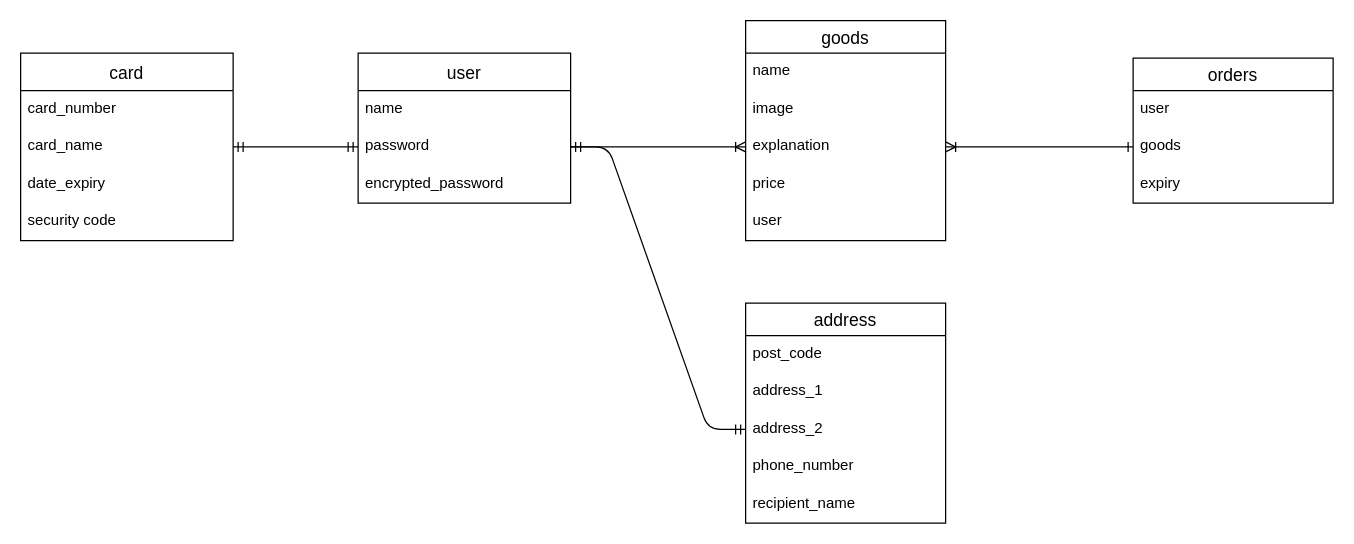
Before: furima_er.dio in MyShip/furima-40937, a draw.io diagram. Source tidied: cells renumbered, new cells numbered last; positions are measured from the earlier drawing's top-left corner, leaving out a move shared by most shapes. Both pictures are drawn from the tidied source at 125%, with x=0, y=0 at pixel (20, 20).
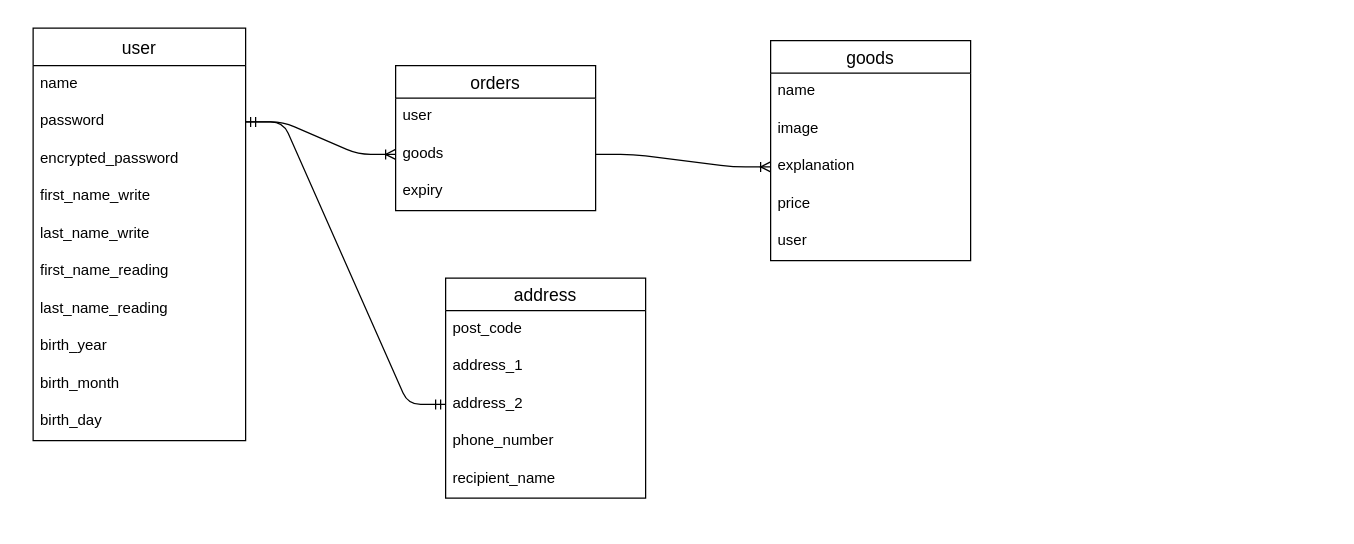
The same diagram, later.

The change refers to these unchanged cells:
```xml
<mxCell id="4" value="password" style="text;strokeColor=none;fillColor=none;spacingLeft=4;spacingRight=4;overflow=hidden;points=[[0,0.5],[1,0.5]];portConstraint=eastwest;fontSize=12;rotation=0;" parent="2" vertex="1">
  <mxGeometry y="60" width="170" height="30" as="geometry" />
</mxCell>
<mxCell id="9" value="explanation  " style="text;strokeColor=none;fillColor=none;spacingLeft=4;spacingRight=4;overflow=hidden;points=[[0,0.5],[1,0.5]];portConstraint=eastwest;fontSize=12;" parent="6" vertex="1">
  <mxGeometry y="86" width="160" height="30" as="geometry" />
</mxCell>
<mxCell id="14" value="goods" style="text;strokeColor=none;fillColor=none;spacingLeft=4;spacingRight=4;overflow=hidden;points=[[0,0.5],[1,0.5]];portConstraint=eastwest;fontSize=12;" parent="12" vertex="1">
  <mxGeometry y="56" width="160" height="30" as="geometry" />
</mxCell>
<mxCell id="19" value="address_2 " style="text;strokeColor=none;fillColor=none;spacingLeft=4;spacingRight=4;overflow=hidden;points=[[0,0.5],[1,0.5]];portConstraint=eastwest;fontSize=12;" parent="16" vertex="1">
  <mxGeometry y="86" width="160" height="30" as="geometry" />
</mxCell>
```

What changed in the source:
```diff
@@
     <mxCell id="2" value="user" style="swimlane;fontStyle=0;horizontal=1;startSize=30;align=center;fontSize=14;rotation=0;" parent="1" vertex="1">
-      <mxGeometry x="270" y="26" width="170" height="120" as="geometry" />
+      <mxGeometry x="10" y="6" width="170" height="330" as="geometry" />
     </mxCell>
@@
+    <mxCell id="31" value="first_name_write " style="text;strokeColor=none;fillColor=none;spacingLeft=4;spacingRight=4;overflow=hidden;fontSize=12;" parent="2" vertex="1">
+      <mxGeometry y="120" width="170" height="30" as="geometry" />
+    </mxCell>
+    <mxCell id="32" value="last_name_write " style="text;strokeColor=none;fillColor=none;spacingLeft=4;spacingRight=4;overflow=hidden;fontSize=12;" parent="2" vertex="1">
+      <mxGeometry y="150" width="170" height="30" as="geometry" />
+    </mxCell>
+    <mxCell id="33" value="first_name_reading" style="text;strokeColor=none;fillColor=none;spacingLeft=4;spacingRight=4;overflow=hidden;fontSize=12;" parent="2" vertex="1">
+      <mxGeometry y="180" width="170" height="30" as="geometry" />
+    </mxCell>
+    <mxCell id="34" value="last_name_reading" style="text;strokeColor=none;fillColor=none;spacingLeft=4;spacingRight=4;overflow=hidden;fontSize=12;" parent="2" vertex="1">
+      <mxGeometry y="210" width="170" height="30" as="geometry" />
+    </mxCell>
+    <mxCell id="35" value="birth_year  " style="text;strokeColor=none;fillColor=none;spacingLeft=4;spacingRight=4;overflow=hidden;fontSize=12;" parent="2" vertex="1">
+      <mxGeometry y="240" width="170" height="30" as="geometry" />
+    </mxCell>
+    <mxCell id="36" value="birth_month" style="text;strokeColor=none;fillColor=none;spacingLeft=4;spacingRight=4;overflow=hidden;fontSize=12;" parent="2" vertex="1">
+      <mxGeometry y="270" width="170" height="30" as="geometry" />
+    </mxCell>
+    <mxCell id="37" value="birth_day  " style="text;strokeColor=none;fillColor=none;spacingLeft=4;spacingRight=4;overflow=hidden;fontSize=12;" parent="2" vertex="1">
+      <mxGeometry y="300" width="170" height="30" as="geometry" />
+    </mxCell>
     <mxCell id="6" value="goods" style="swimlane;fontStyle=0;horizontal=1;startSize=26;align=center;fontSize=14;" parent="1" vertex="1">
-      <mxGeometry x="580" width="160" height="176" as="geometry" />
+      <mxGeometry x="600" y="16" width="160" height="176" as="geometry" />
     </mxCell>
@@
     <mxCell id="12" value="orders" style="swimlane;fontStyle=0;horizontal=1;startSize=26;align=center;fontSize=14;" parent="1" vertex="1">
-      <mxGeometry x="890" y="30" width="160" height="116" as="geometry" />
+      <mxGeometry x="300" y="36" width="160" height="116" as="geometry" />
     </mxCell>
@@
     <mxCell id="16" value="address" style="swimlane;fontStyle=0;horizontal=1;startSize=26;align=center;fontSize=14;" parent="1" vertex="1">
-      <mxGeometry x="580" y="226" width="160" height="176" as="geometry" />
+      <mxGeometry x="340" y="206" width="160" height="176" as="geometry" />
     </mxCell>
@@
-    <mxCell id="22" value="card" style="swimlane;fontStyle=0;horizontal=1;startSize=30;align=center;fontSize=14;rotation=0;" parent="1" vertex="1">
-      <mxGeometry y="26" width="170" height="150" as="geometry" />
-    </mxCell>
-    <mxCell id="23" value="card_number" style="text;strokeColor=none;fillColor=none;spacingLeft=4;spacingRight=4;overflow=hidden;fontSize=12;rotation=0;" parent="22" vertex="1">
-      <mxGeometry y="30" width="170" height="30" as="geometry" />
-    </mxCell>
-    <mxCell id="24" value="card_name " style="text;strokeColor=none;fillColor=none;spacingLeft=4;spacingRight=4;overflow=hidden;points=[[0,0.5],[1,0.5]];portConstraint=eastwest;fontSize=12;rotation=0;" parent="22" vertex="1">
-      <mxGeometry y="60" width="170" height="30" as="geometry" />
-    </mxCell>
-    <mxCell id="25" value="date_expiry" style="text;strokeColor=none;fillColor=none;spacingLeft=4;spacingRight=4;overflow=hidden;fontSize=12;" parent="22" vertex="1">
-      <mxGeometry y="90" width="170" height="30" as="geometry" />
-    </mxCell>
-    <mxCell id="26" value="security code" style="text;strokeColor=none;fillColor=none;spacingLeft=4;spacingRight=4;overflow=hidden;fontSize=12;" parent="22" vertex="1">
-      <mxGeometry y="120" width="170" height="30" as="geometry" />
-    </mxCell>
-    <mxCell id="27" style="edgeStyle=entityRelationEdgeStyle;fontSize=12;html=1;endArrow=ERoneToMany;exitX=1;exitY=0.5;exitDx=0;exitDy=0;entryX=0;entryY=0.5;entryDx=0;entryDy=0;" parent="1" edge="1" source="4" target="9">
+    <mxCell id="27" style="edgeStyle=entityRelationEdgeStyle;fontSize=12;html=1;endArrow=ERoneToMany;exitX=1;exitY=0.5;exitDx=0;exitDy=0;entryX=0;entryY=0.5;entryDx=0;entryDy=0;" parent="1" edge="1" source="4" target="14">
       <mxGeometry relative="1" as="geometry" />
     </mxCell>
-    <mxCell id="28" style="edgeStyle=entityRelationEdgeStyle;fontSize=12;html=1;endArrow=ERmandOne;startArrow=ERmandOne;entryX=0;entryY=0.5;entryDx=0;entryDy=0;exitX=1;exitY=0.5;exitDx=0;exitDy=0;" parent="1" edge="1" source="4" target="19">
+    <mxCell id="28" style="edgeStyle=entityRelationEdgeStyle;fontSize=12;html=1;endArrow=ERmandOne;startArrow=ERmandOne;exitX=1;exitY=0.5;exitDx=0;exitDy=0;entryX=0;entryY=0.5;entryDx=0;entryDy=0;" parent="1" edge="1" source="4" target="19">
       <mxGeometry relative="1" as="geometry" />
     </mxCell>
-    <mxCell id="29" style="edgeStyle=entityRelationEdgeStyle;fontSize=12;html=1;endArrow=ERmandOne;startArrow=ERmandOne;entryX=0;entryY=0.5;entryDx=0;entryDy=0;exitX=1;exitY=0.5;exitDx=0;exitDy=0;" parent="1" edge="1" source="24" target="4">
-      <mxGeometry relative="1" as="geometry" />
-    </mxCell>
-    <mxCell id="30" style="edgeStyle=entityRelationEdgeStyle;fontSize=12;html=1;endArrow=ERone;exitX=1;exitY=0.5;exitDx=0;exitDy=0;entryX=0;entryY=0.5;entryDx=0;entryDy=0;strokeColor=default;startArrow=ERoneToMany;startFill=0;endFill=0;" parent="1" edge="1" source="9" target="14">
-      <mxGeometry relative="1" as="geometry" />
-    </mxCell>
+    <mxCell id="38" style="edgeStyle=entityRelationEdgeStyle;fontSize=12;html=1;endArrow=ERoneToMany;exitX=1;exitY=0.5;exitDx=0;exitDy=0;entryX=0;entryY=0.5;entryDx=0;entryDy=0;" parent="1" edge="1" source="14" target="9">
+      <mxGeometry relative="1" as="geometry" />
+    </mxCell>
```
